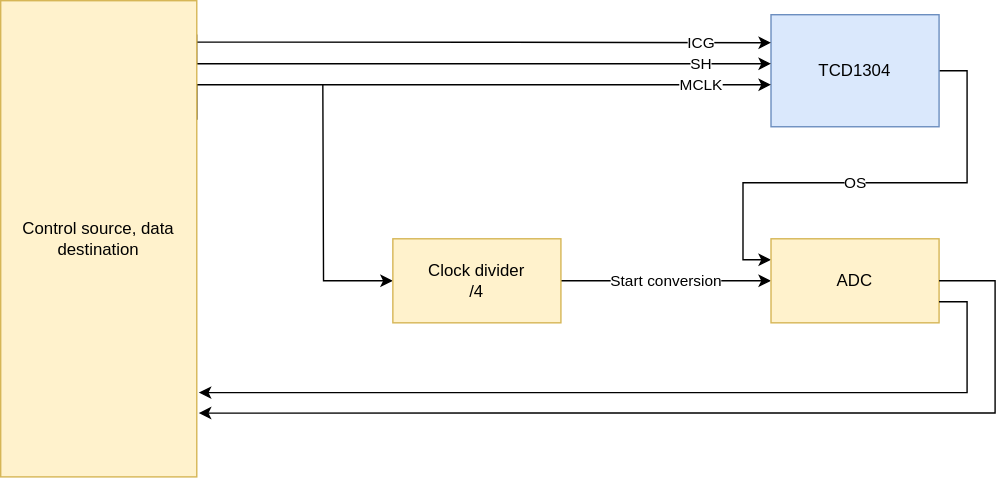
Above: charts/tcd1304_driver.drawio.svg in sesimo/monorepo (draw.io), before the change. Source tidied: cells renumbered, new cells last; positions are measured from the earlier drawing's top-left corner, leaving out a move shared by most shapes.
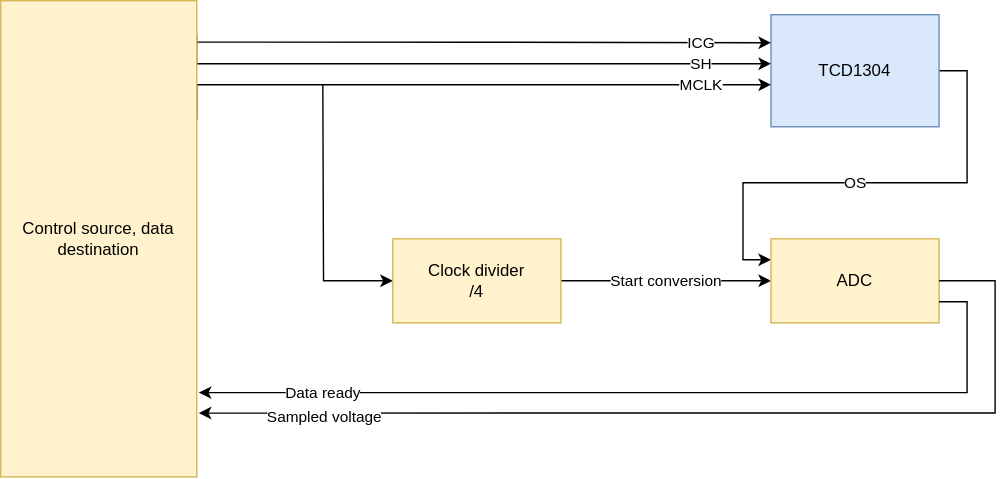
After the commit.

The edit, as a diff of the source:
```diff
@@ -52,6 +52,11 @@
         </Array>
       </mxGeometry>
     </mxCell>
+    <mxCell id="14" value="&lt;div&gt;Sampled voltage&lt;/div&gt;" style="edgeLabel;html=1;align=center;verticalAlign=middle;" parent="12" vertex="1">
+      <mxGeometry x="0.86" y="2" relative="1" as="geometry">
+        <mxPoint x="41" as="offset" />
+      </mxGeometry>
+    </mxCell>
     <mxCell id="13" style="edgeStyle=orthogonalEdgeStyle;rounded=0;jettySize=auto;html=1;exitX=1;exitY=0.75;exitDx=0;exitDy=0;entryX=1.01;entryY=0.823;entryDx=0;entryDy=0;entryPerimeter=0;" parent="1" edge="1" source="7" target="11">
       <mxGeometry relative="1" as="geometry">
         <Array as="points">
@@ -60,5 +65,10 @@
         </Array>
       </mxGeometry>
     </mxCell>
+    <mxCell id="15" value="Data ready" style="edgeLabel;html=1;align=center;verticalAlign=middle;" parent="13" vertex="1">
+      <mxGeometry x="0.83" relative="1" as="geometry">
+        <mxPoint x="33" as="offset" />
+      </mxGeometry>
+    </mxCell>
   </root>
 </mxGraphModel>
```
